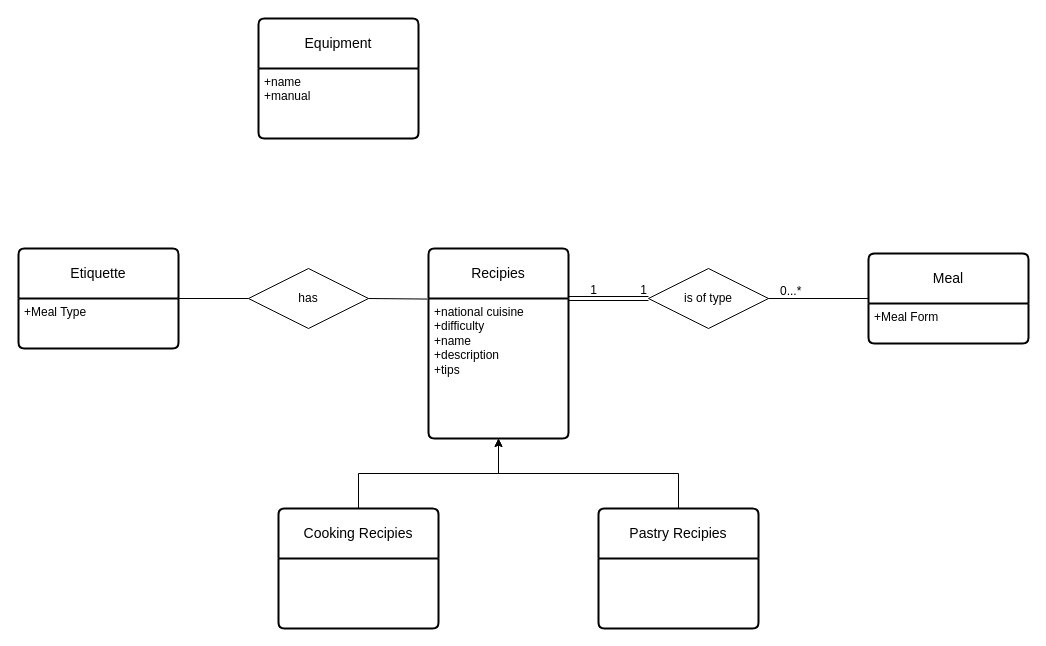
The draw.io diagram ER_Diagram.drawio in konstantinosk31/Databases-I-NTUA, before the edit. Source tidied: cells renumbered, new cells numbered last; positions are measured from the earlier drawing's top-left corner, leaving out a move shared by most shapes. Both pictures are drawn from the tidied source at 100%, with x=0, y=0 at pixel (18, 18).
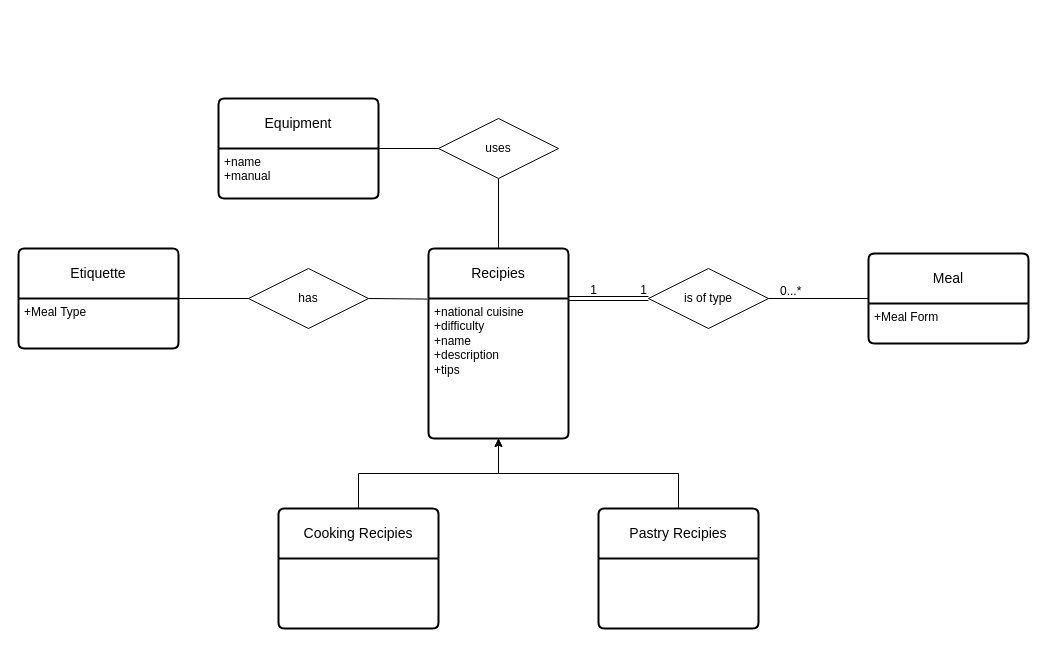
The same diagram, later.

Unchanged cells that the change refers to:
```xml
<mxCell id="2" value="Recipies" style="swimlane;horizontal=1;startSize=50;rounded=1;fontSize=14;fontStyle=0;strokeWidth=2;shadow=0;dashed=0;align=center;arcSize=4;whiteSpace=wrap;html=1;" parent="1" vertex="1">
  <mxGeometry x="410" y="230" width="140" height="190" as="geometry" />
</mxCell>
```

Change to the diagram source:
```diff
@@
     <mxCell id="21" value="Equipment" style="swimlane;horizontal=1;startSize=50;rounded=1;fontSize=14;fontStyle=0;strokeWidth=2;shadow=0;dashed=0;align=center;arcSize=4;whiteSpace=wrap;html=1;" parent="1" vertex="1">
-      <mxGeometry x="240" width="160" height="120" as="geometry" />
+      <mxGeometry x="200" y="80" width="160" height="100" as="geometry" />
     </mxCell>
     <mxCell id="22" value="+name&lt;div&gt;+manual&lt;/div&gt;" style="align=left;strokeColor=none;fillColor=none;spacingLeft=4;fontSize=12;verticalAlign=top;html=1;" parent="21" vertex="1">
-      <mxGeometry y="50" width="160" height="70" as="geometry" />
+      <mxGeometry y="50" width="160" height="50" as="geometry" />
     </mxCell>
+    <mxCell id="23" value="uses" style="shape=rhombus;perimeter=rhombusPerimeter;whiteSpace=wrap;html=1;align=center;" parent="1" vertex="1">
+      <mxGeometry x="420" y="100" width="120" height="60" as="geometry" />
+    </mxCell>
+    <mxCell id="24" style="endArrow=none;html=1;rounded=0;exitX=1;exitY=0;exitDx=0;exitDy=0;entryX=0;entryY=0.5;entryDx=0;entryDy=0;" parent="1" edge="1" source="22" target="23">
+      <mxGeometry relative="1" as="geometry" />
+    </mxCell>
+    <mxCell id="25" style="endArrow=none;html=1;rounded=0;entryX=0.5;entryY=0;entryDx=0;entryDy=0;exitX=0.5;exitY=1;exitDx=0;exitDy=0;" parent="1" edge="1" source="23" target="2">
+      <mxGeometry relative="1" as="geometry" />
+    </mxCell>
```
